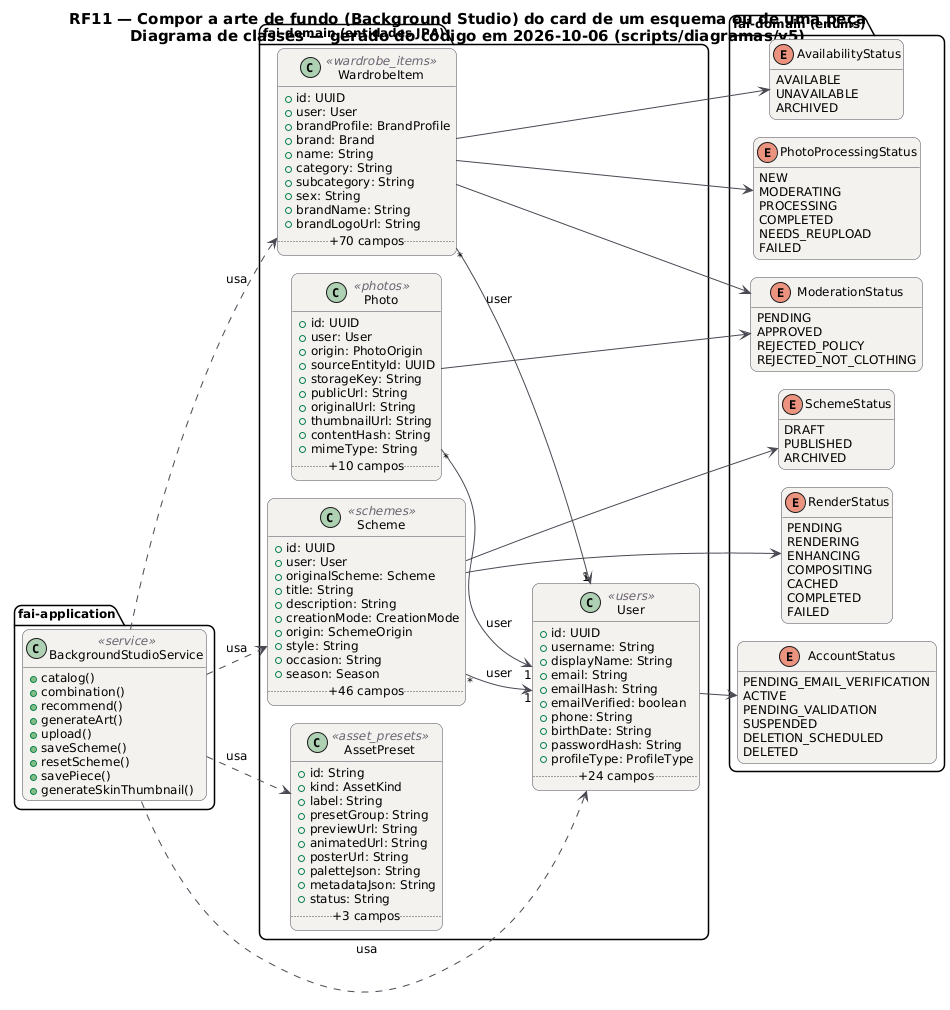
The PlantUML diagram docs/diagramas/RF11/RF11_Classes.png in MatheusHaliski/tcc-2026-fashion-ai-backend, before a commit. Source of this version:
```plantuml
@startuml RF11_Classes
!pragma layout smetana
skinparam backgroundColor #FFFFFF
skinparam shadowing false
skinparam defaultFontName "DejaVu Sans"
skinparam defaultFontSize 12
skinparam titleFontSize 15
skinparam roundcorner 14
skinparam ArrowColor #52606D
skinparam note {
  BackgroundColor #FFFDEB
  BorderColor #D8CE78
  FontColor #554F24
}
skinparam class {
  BackgroundColor #F4F2EF
  BorderColor #4A4852
  ArrowColor #4A4852
  StereotypeFontColor #6B6470
}
hide empty members
left to right direction
title RF11 — Compor a arte de fundo (Background Studio) do card de um esquema ou de uma peça\nDiagrama de classes — gerado do código em 2026-10-06 (scripts/diagramas/v5)

package "fai-domain (entidades JPA)" {
  class AssetPreset <<asset_presets>> {
    +id: String
    +kind: AssetKind
    +label: String
    +presetGroup: String
    +previewUrl: String
    +animatedUrl: String
    +posterUrl: String
    +paletteJson: String
    +metadataJson: String
    +status: String
    .. +3 campos ..
  }
  class Photo <<photos>> {
    +id: UUID
    +user: User
    +origin: PhotoOrigin
    +sourceEntityId: UUID
    +storageKey: String
    +publicUrl: String
    +originalUrl: String
    +thumbnailUrl: String
    +contentHash: String
    +mimeType: String
    .. +10 campos ..
  }
  class Scheme <<schemes>> {
    +id: UUID
    +user: User
    +originalScheme: Scheme
    +title: String
    +description: String
    +creationMode: CreationMode
    +origin: SchemeOrigin
    +style: String
    +occasion: String
    +season: Season
    .. +46 campos ..
  }
  class User <<users>> {
    +id: UUID
    +username: String
    +displayName: String
    +email: String
    +emailHash: String
    +emailVerified: boolean
    +phone: String
    +birthDate: String
    +passwordHash: String
    +profileType: ProfileType
    .. +24 campos ..
  }
  class WardrobeItem <<wardrobe_items>> {
    +id: UUID
    +user: User
    +brandProfile: BrandProfile
    +brand: Brand
    +name: String
    +category: String
    +subcategory: String
    +sex: String
    +brandName: String
    +brandLogoUrl: String
    .. +70 campos ..
  }
}
package "fai-domain (enums)" {
  enum ModerationStatus {
    PENDING
    APPROVED
    REJECTED_POLICY
    REJECTED_NOT_CLOTHING
  }
  enum SchemeStatus {
    DRAFT
    PUBLISHED
    ARCHIVED
  }
  enum RenderStatus {
    PENDING
    RENDERING
    ENHANCING
    COMPOSITING
    CACHED
    COMPLETED
    FAILED
  }
  enum AccountStatus {
    PENDING_EMAIL_VERIFICATION
    ACTIVE
    PENDING_VALIDATION
    SUSPENDED
    DELETION_SCHEDULED
    DELETED
  }
  enum AvailabilityStatus {
    AVAILABLE
    UNAVAILABLE
    ARCHIVED
  }
  enum PhotoProcessingStatus {
    NEW
    MODERATING
    PROCESSING
    COMPLETED
    NEEDS_REUPLOAD
    FAILED
  }
}
package "fai-application" {
  class BackgroundStudioService <<service>> {
    +catalog()
    +combination()
    +recommend()
    +generateArt()
    +upload()
    +saveScheme()
    +resetScheme()
    +savePiece()
    +generateSkinThumbnail()
  }
}
BackgroundStudioService ..> AssetPreset : usa
BackgroundStudioService ..> Scheme : usa
BackgroundStudioService ..> User : usa
BackgroundStudioService ..> WardrobeItem : usa
Photo "*" --> "1" User : user
Photo --> ModerationStatus
Scheme "*" --> "1" User : user
Scheme --> RenderStatus
Scheme --> SchemeStatus
User --> AccountStatus
WardrobeItem "*" --> "1" User : user
WardrobeItem --> AvailabilityStatus
WardrobeItem --> ModerationStatus
WardrobeItem --> PhotoProcessingStatus
@enduml
```
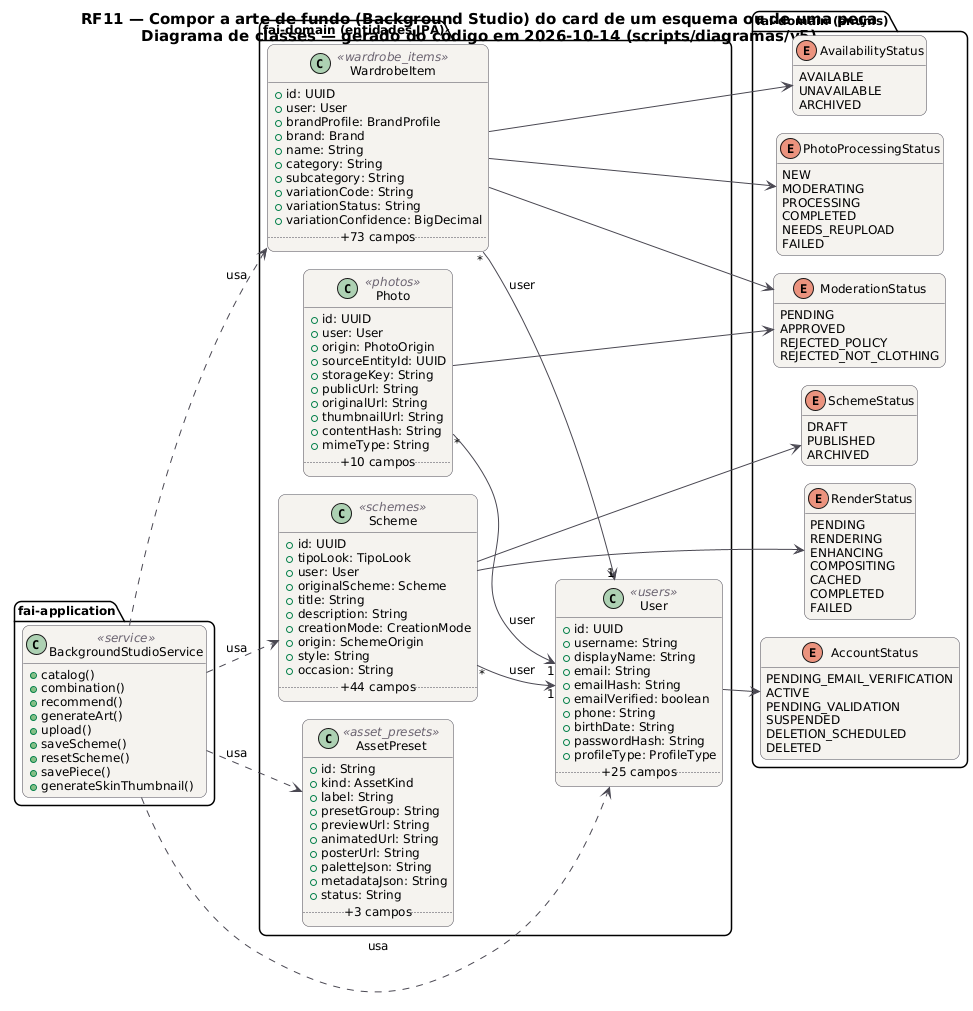
Above is the later version.

Diff of the diagram source:
```diff
@@ -20,7 +20,7 @@
 }
 hide empty members
 left to right direction
-title RF11 — Compor a arte de fundo (Background Studio) do card de um esquema ou de uma peça\nDiagrama de classes — gerado do código em 2026-10-06 (scripts/diagramas/v5)
+title RF11 — Compor a arte de fundo (Background Studio) do card de um esquema ou de uma peça\nDiagrama de classes — gerado do código em 2026-10-14 (scripts/diagramas/v5)
 
 package "fai-domain (entidades JPA)" {
   class AssetPreset <<asset_presets>> {
@@ -51,6 +51,7 @@
   }
   class Scheme <<schemes>> {
     +id: UUID
+    +tipoLook: TipoLook
     +user: User
     +originalScheme: Scheme
     +title: String
@@ -59,8 +60,7 @@
     +origin: SchemeOrigin
     +style: String
     +occasion: String
-    +season: Season
-    .. +46 campos ..
+    .. +44 campos ..
   }
   class User <<users>> {
     +id: UUID
@@ -73,7 +73,7 @@
     +birthDate: String
     +passwordHash: String
     +profileType: ProfileType
-    .. +24 campos ..
+    .. +25 campos ..
   }
   class WardrobeItem <<wardrobe_items>> {
     +id: UUID
@@ -83,10 +83,10 @@
     +name: String
     +category: String
     +subcategory: String
-    +sex: String
-    +brandName: String
-    +brandLogoUrl: String
-    .. +70 campos ..
+    +variationCode: String
+    +variationStatus: String
+    +variationConfidence: BigDecimal
+    .. +73 campos ..
   }
 }
 package "fai-domain (enums)" {
```
